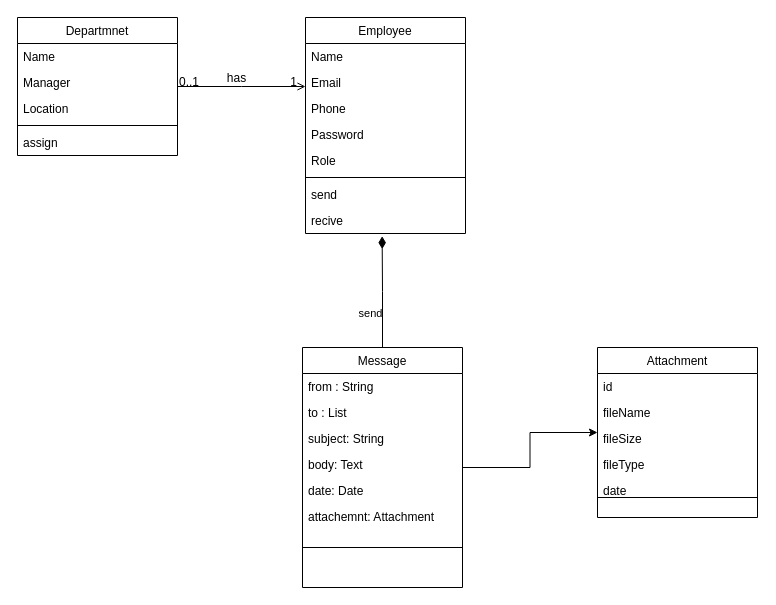
Before: Simple Mail App.drawio in fasil712/UML_Diagram_Design, a draw.io diagram. Source tidied: cells renumbered, new cells numbered last; positions are measured from the earlier drawing's top-left corner, leaving out a move shared by most shapes. Both pictures are drawn from the tidied source at 100%, with x=0, y=0 at pixel (17, 17).
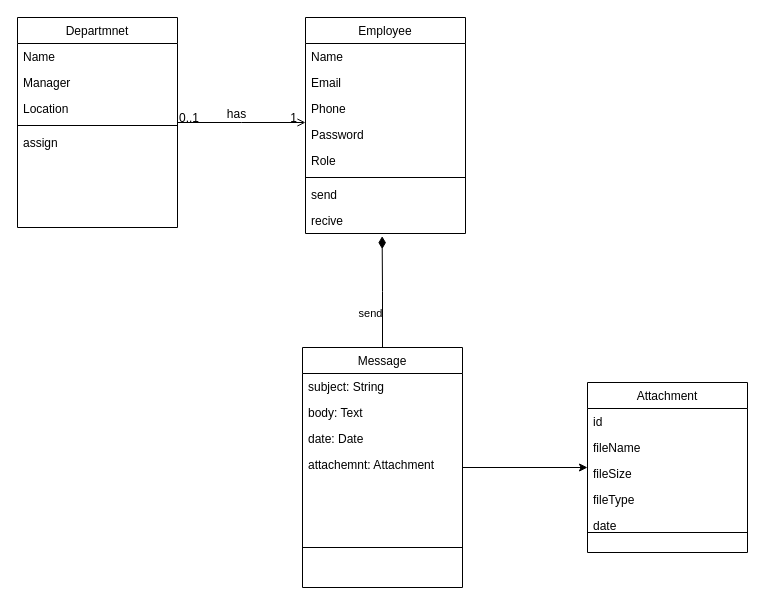
After the change.

Unchanged cells that the change refers to:
```xml
<mxCell id="9" value="Message" style="swimlane;fontStyle=0;align=center;verticalAlign=top;horizontal=1;startSize=26;rounded=0;shadow=0;strokeWidth=1;" parent="1" vertex="1">
  <mxGeometry x="285" y="330" width="160" height="240" as="geometry" />
</mxCell>
```

The edit, as a diff of the source:
```diff
@@
     <mxCell id="2" value="Departmnet" style="swimlane;fontStyle=0;align=center;verticalAlign=top;horizontal=1;startSize=26;rounded=0;shadow=0;strokeWidth=1;" parent="1" vertex="1">
-      <mxGeometry width="160" height="138" as="geometry" />
+      <mxGeometry width="160" height="210" as="geometry" />
     </mxCell>
@@
     <mxCell id="7" value="assign" style="text;align=left;verticalAlign=top;spacingLeft=4;spacingRight=4;overflow=hidden;" parent="2" vertex="1">
-      <mxGeometry y="112" width="160" height="26" as="geometry" />
+      <mxGeometry y="112" width="160" height="30" as="geometry" />
     </mxCell>
@@
-    <mxCell id="10" value="from : String" style="text;align=left;verticalAlign=top;spacingLeft=4;spacingRight=4;overflow=hidden;" parent="9" vertex="1">
-      <mxGeometry y="26" width="160" height="26" as="geometry" />
-    </mxCell>
-    <mxCell id="11" value="to : List" style="text;align=left;verticalAlign=top;spacingLeft=4;spacingRight=4;overflow=hidden;rounded=0;shadow=0;html=0;" parent="9" vertex="1">
-      <mxGeometry y="52" width="160" height="26" as="geometry" />
-    </mxCell>
     <mxCell id="12" value="subject: String" style="text;align=left;verticalAlign=top;spacingLeft=4;spacingRight=4;overflow=hidden;rounded=0;shadow=0;html=0;" parent="9" vertex="1">
-      <mxGeometry y="78" width="160" height="26" as="geometry" />
+      <mxGeometry y="26" width="160" height="26" as="geometry" />
     </mxCell>
     <mxCell id="13" value="body: Text" style="text;align=left;verticalAlign=top;spacingLeft=4;spacingRight=4;overflow=hidden;rounded=0;shadow=0;html=0;" parent="9" vertex="1">
-      <mxGeometry y="104" width="160" height="26" as="geometry" />
+      <mxGeometry y="52" width="160" height="26" as="geometry" />
     </mxCell>
@@
     <mxCell id="15" value="date: Date" style="text;align=left;verticalAlign=top;spacingLeft=4;spacingRight=4;overflow=hidden;rounded=0;shadow=0;html=0;" parent="9" vertex="1">
-      <mxGeometry y="130" width="160" height="26" as="geometry" />
+      <mxGeometry y="78" width="160" height="26" as="geometry" />
     </mxCell>
     <mxCell id="16" value="attachemnt: Attachment" style="text;align=left;verticalAlign=top;spacingLeft=4;spacingRight=4;overflow=hidden;rounded=0;shadow=0;html=0;" parent="9" vertex="1">
-      <mxGeometry y="156" width="160" height="26" as="geometry" />
+      <mxGeometry y="104" width="160" height="26" as="geometry" />
     </mxCell>
@@
     <mxCell id="32" value="Attachment" style="swimlane;fontStyle=0;align=center;verticalAlign=top;horizontal=1;startSize=26;rounded=0;shadow=0;strokeWidth=1;" parent="1" vertex="1">
-      <mxGeometry x="580" y="330" width="160" height="170" as="geometry" />
+      <mxGeometry x="570" y="365" width="160" height="170" as="geometry" />
     </mxCell>
```
